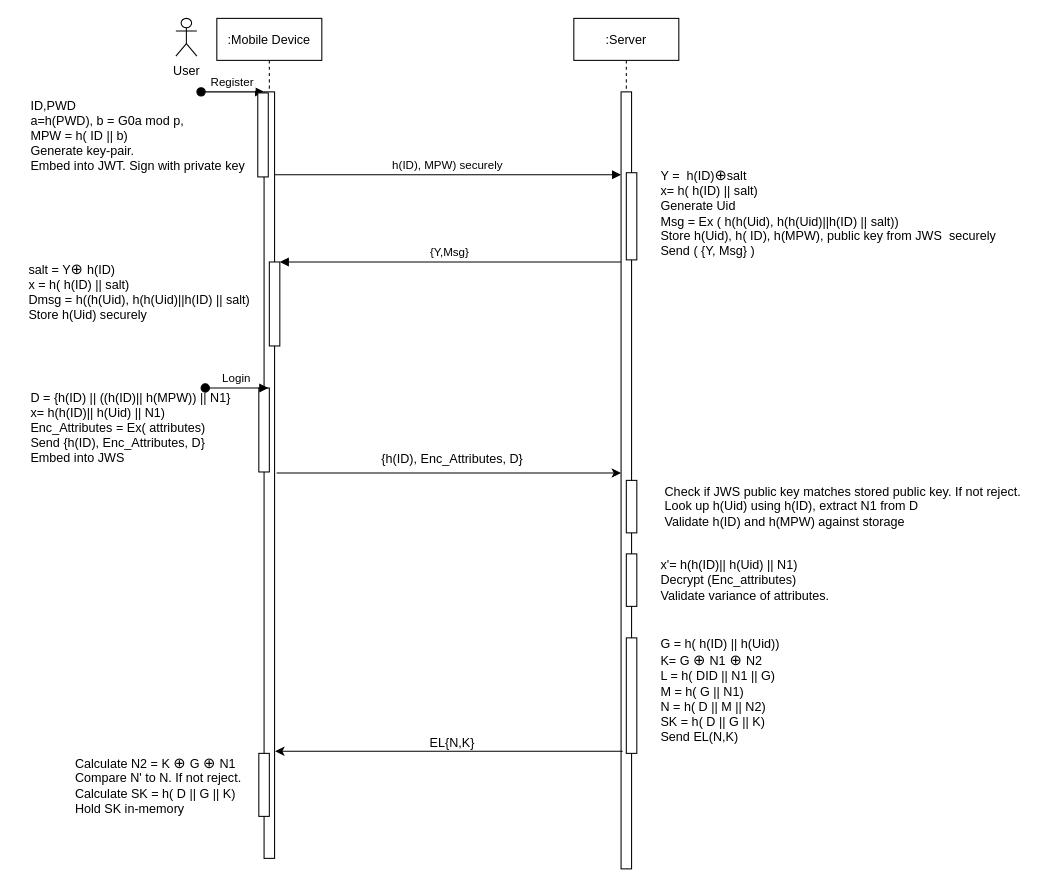
The draw.io diagram Login_Sequence_Diagram.drawio in vivinkrishnan/drawio, before the edit. Source tidied: cells renumbered, new cells numbered last; positions are measured from the earlier drawing's top-left corner, leaving out a move shared by most shapes. Both pictures are drawn from the tidied source at 105%, with x=0, y=0 at pixel (18, 18).
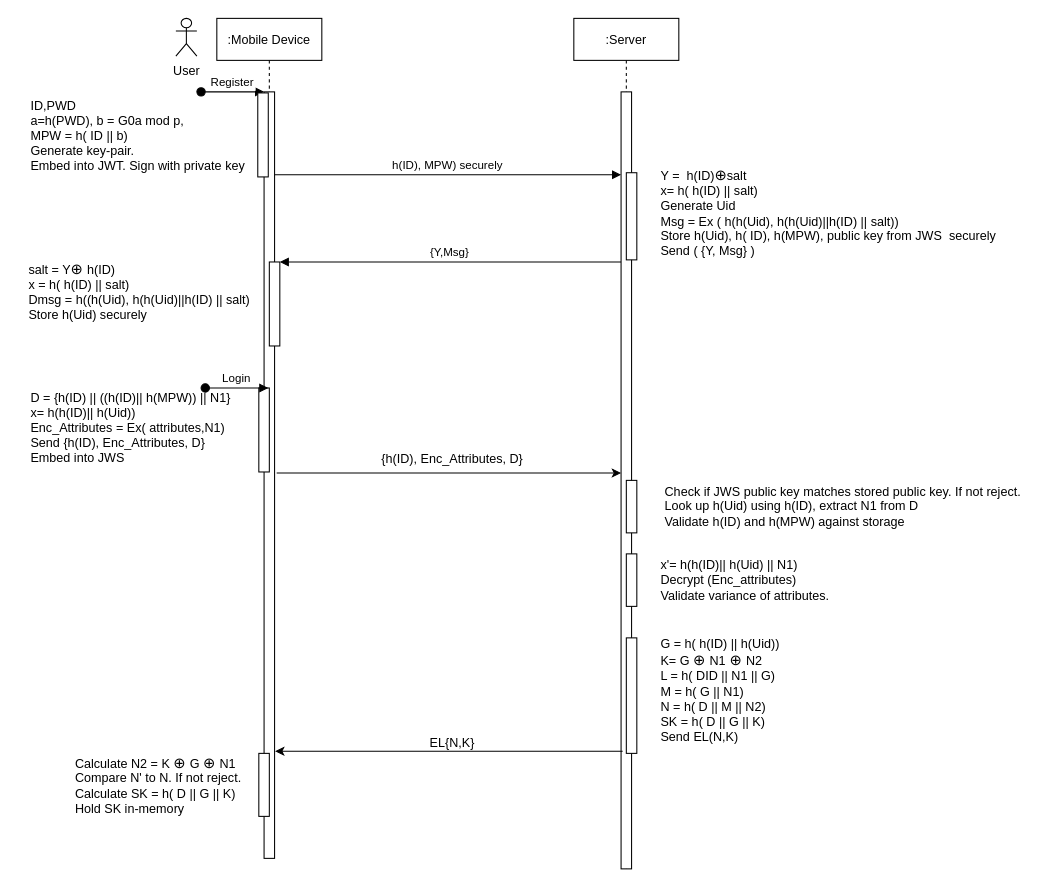
The same diagram, later.

The edit, as a diff of the source:
```diff
@@
-    <mxCell id="22" value="D = {h(ID) || ((h(ID)|| h(MPW)) || N1}&lt;br&gt;x= h(h(ID)|| h(Uid) || N1)&lt;br&gt;Enc_Attributes = Ex( attributes)&lt;br&gt;Send {h(ID), Enc_Attributes, D}&lt;br&gt;Embed into JWS" style="text;html=1;align=left;verticalAlign=middle;strokeColor=none;fillColor=none;fontSize=12;fontFamily=Helvetica;fontColor=#000000;" parent="1" vertex="1">
+    <mxCell id="22" value="D = {h(ID) || ((h(ID)|| h(MPW)) || N1}&lt;br&gt;x= h(h(ID)|| h(Uid))&lt;br&gt;Enc_Attributes = Ex( attributes,N1)&lt;br&gt;Send {h(ID), Enc_Attributes, D}&lt;br&gt;Embed into JWS" style="text;html=1;align=left;verticalAlign=middle;strokeColor=none;fillColor=none;fontSize=12;fontFamily=Helvetica;fontColor=#000000;" parent="1" vertex="1">
       <mxGeometry x="10" y="350" width="210" height="80" as="geometry" />
     </mxCell>
```
